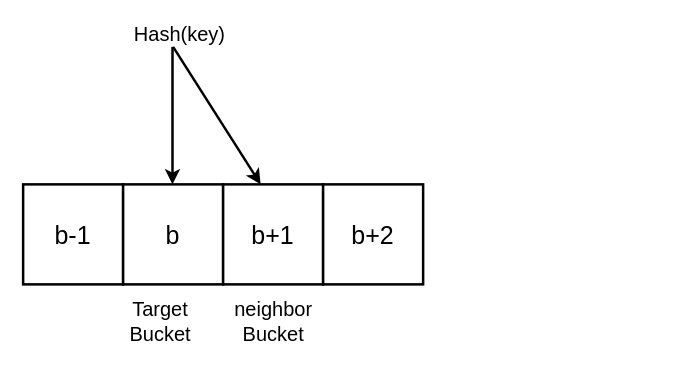
Above: page "Page-1" (1 of 2) of drawio/temp.drawio in HustDsy/Picture (draw.io), before the change. Source tidied: cells renumbered, new cells numbered last; positions are measured from the earlier drawing's top-left corner, leaving out a move shared by most shapes. Both pictures are drawn from the tidied source at 125%, with x=0, y=0 at pixel (22, 21).
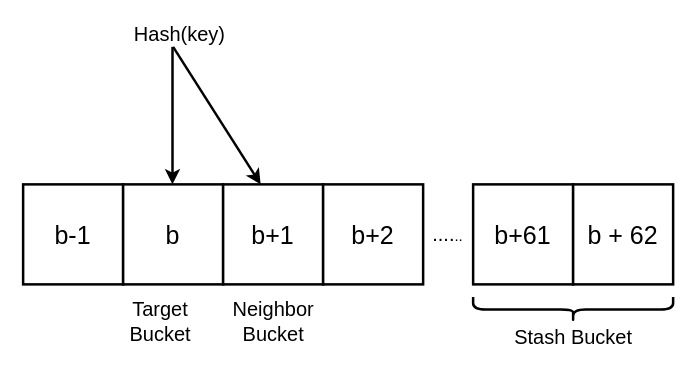
The same page after the edit.

Diff of the diagram source:
```diff
@@
 <mxGraphModel>
   <root>
     <mxCell id="0" />
     <mxCell id="1" parent="0" />
     <mxCell id="2" value="&lt;font style=&quot;font-size: 20px&quot;&gt;b-1&lt;/font&gt;" style="whiteSpace=wrap;html=1;strokeWidth=2;" parent="1" vertex="1">
       <mxGeometry y="130" width="80" height="80" as="geometry" />
     </mxCell>
     <mxCell id="3" value="&lt;font style=&quot;font-size: 20px&quot;&gt;b&lt;/font&gt;" style="whiteSpace=wrap;html=1;strokeWidth=2;" parent="1" vertex="1">
       <mxGeometry x="80" y="130" width="80" height="80" as="geometry" />
     </mxCell>
     <mxCell id="4" value="&lt;span style=&quot;font-size: 20px&quot;&gt;b+1&lt;/span&gt;" style="whiteSpace=wrap;html=1;strokeWidth=2;" parent="1" vertex="1">
       <mxGeometry x="160" y="130" width="80" height="80" as="geometry" />
     </mxCell>
     <mxCell id="5" value="&lt;span style=&quot;font-size: 20px&quot;&gt;b+2&lt;/span&gt;" style="whiteSpace=wrap;html=1;strokeWidth=2;" parent="1" vertex="1">
       <mxGeometry x="240" y="130" width="80" height="80" as="geometry" />
     </mxCell>
     <mxCell id="6" style="endArrow=classic;html=1;strokeWidth=2;" parent="1" edge="1">
       <mxGeometry relative="1" as="geometry">
         <mxPoint x="119.5" y="20" as="sourcePoint" />
         <mxPoint x="119.5" y="130" as="targetPoint" />
       </mxGeometry>
     </mxCell>
     <mxCell id="7" style="endArrow=classic;html=1;strokeWidth=2;" parent="1" edge="1">
       <mxGeometry relative="1" as="geometry">
         <mxPoint x="120" y="20" as="sourcePoint" />
         <mxPoint x="190" y="130" as="targetPoint" />
       </mxGeometry>
     </mxCell>
     <mxCell id="8" value="&lt;font style=&quot;font-size: 16px&quot;&gt;Hash(key)&lt;/font&gt;" style="text;html=1;align=center;verticalAlign=middle;strokeColor=none;" parent="1" vertex="1">
       <mxGeometry x="80" width="90" height="20" as="geometry" />
     </mxCell>
     <mxCell id="9" value="&lt;font style=&quot;font-size: 16px&quot;&gt;Target Bucket&lt;/font&gt;" style="text;html=1;strokeColor=none;fillColor=none;align=center;verticalAlign=middle;whiteSpace=wrap;rounded=0;" parent="1" vertex="1">
       <mxGeometry x="90" y="230" width="40" height="20" as="geometry" />
     </mxCell>
-    <mxCell id="10" value="&lt;span&gt;&lt;font style=&quot;font-size: 16px&quot;&gt;neighbor &lt;br&gt;Bucket&lt;/font&gt;&lt;/span&gt;" style="text;html=1;align=center;verticalAlign=middle;strokeColor=none;" parent="1" vertex="1">
+    <mxCell id="10" value="&lt;span&gt;&lt;font style=&quot;font-size: 16px&quot;&gt;Neighbor &lt;br&gt;Bucket&lt;/font&gt;&lt;/span&gt;" style="text;html=1;align=center;verticalAlign=middle;strokeColor=none;" parent="1" vertex="1">
       <mxGeometry x="160" y="220" width="80" height="40" as="geometry" />
     </mxCell>
+    <mxCell id="11" value="&lt;font style=&quot;font-size: 20px&quot;&gt;b+61&lt;/font&gt;" style="whiteSpace=wrap;html=1;strokeWidth=2;" parent="1" vertex="1">
+      <mxGeometry x="360" y="130" width="80" height="80" as="geometry" />
+    </mxCell>
+    <mxCell id="12" value="&lt;font style=&quot;font-size: 20px&quot;&gt;b + 62&lt;/font&gt;" style="whiteSpace=wrap;html=1;strokeWidth=2;" parent="1" vertex="1">
+      <mxGeometry x="440" y="130" width="80" height="80" as="geometry" />
+    </mxCell>
+    <mxCell id="13" value="&lt;font style=&quot;font-size: 16px&quot;&gt;....&lt;/font&gt;.." style="text;html=1;strokeColor=none;fillColor=none;align=center;verticalAlign=middle;whiteSpace=wrap;rounded=0;" parent="1" vertex="1">
+      <mxGeometry x="310" y="155" width="60" height="30" as="geometry" />
+    </mxCell>
+    <mxCell id="14" style="shape=curlyBracket;whiteSpace=wrap;html=1;rounded=1;flipH=1;fontSize=20;strokeWidth=2;rotation=90;" parent="1" vertex="1">
+      <mxGeometry x="430" y="150" width="20" height="160" as="geometry" />
+    </mxCell>
+    <mxCell id="15" value="&lt;font style=&quot;font-size: 16px&quot;&gt;Stash Bucket&lt;/font&gt;" style="text;html=1;align=center;verticalAlign=middle;strokeColor=none;fillColor=none;fontSize=20;" parent="1" vertex="1">
+      <mxGeometry x="385" y="235" width="110" height="30" as="geometry" />
+    </mxCell>
   </root>
 </mxGraphModel>
```
